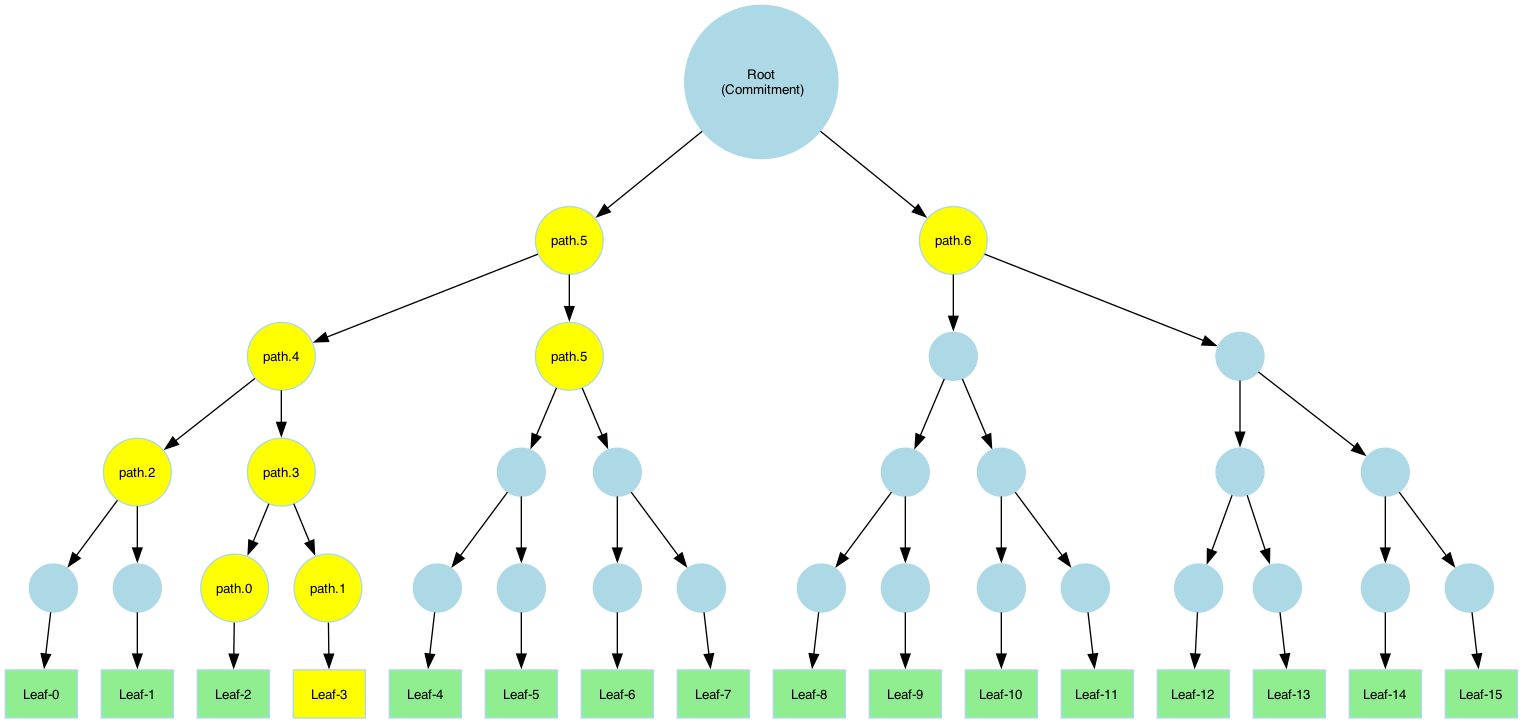
The Graphviz diagram docs/docs/icicle/primitives/merkle_diagrams/diagram1_path_full.png in ingonyama-zk/icicle, before a commit. Its source is kept beside it as docs/docs/icicle/primitives/merkle_diagrams/diagram1_path_full.gv.
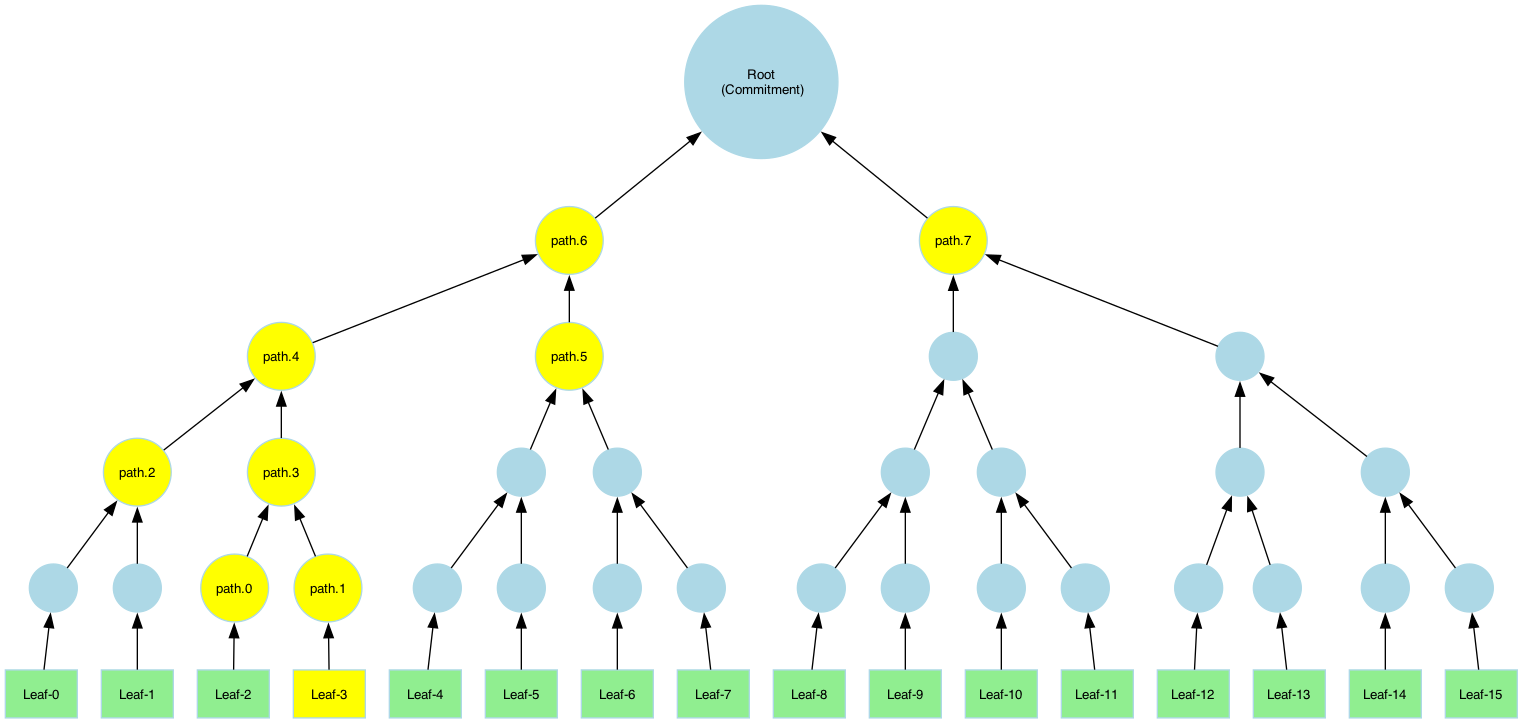
Later version of the same file.

Diff of the diagram source:
```diff
@@ -1,11 +1,11 @@
 digraph MerkleTree {
-    rankdir = TB;
+    rankdir = BT;
     node [shape = circle; style = filled; color = lightblue; fontname = "Helvetica"; fontsize = 10;];
 
     Root [label = "Root\n (Commitment)";];
 
-    L1_0 [label = "path.5";fillcolor = yellow;];
-    L1_1 [label = "path.6";fillcolor = yellow;];
+    L1_0 [label = "path.6";fillcolor = yellow;];
+    L1_1 [label = "path.7";fillcolor = yellow;];
 
     L2_0 [label = "path.4";fillcolor = yellow;];
     L2_1 [label = "path.5";fillcolor = yellow;];
@@ -57,54 +57,54 @@
     Leaf_15 [label = "Leaf-15";];
 
 
-    Root -> L1_0;
-    Root -> L1_1;
+    L4_0 -> L3_0;
+    L4_1 -> L3_0;
+    L4_2 -> L3_1;
+    L4_3 -> L3_1;
+    L4_4 -> L3_2;
+    L4_5 -> L3_2;
+    L4_6 -> L3_3;
+    L4_7 -> L3_3;
+    L4_8 -> L3_4;
+    L4_9 -> L3_4;
+    L4_10 -> L3_5;
+    L4_11 -> L3_5;
+    L4_12 -> L3_6;
+    L4_13 -> L3_6;
+    L4_14 -> L3_7;
+    L4_15 -> L3_7;
 
-    L1_0 -> L2_0;
-    L1_0 -> L2_1;
-    L1_1 -> L2_2;
-    L1_1 -> L2_3;
+    L3_0 -> L2_0;
+    L3_1 -> L2_0;
+    L3_2 -> L2_1;
+    L3_3 -> L2_1;
+    L3_4 -> L2_2;
+    L3_5 -> L2_2;
+    L3_6 -> L2_3;
+    L3_7 -> L2_3;
 
-    L2_0 -> L3_0;
-    L2_0 -> L3_1;
-    L2_1 -> L3_2;
-    L2_1 -> L3_3;
-    L2_2 -> L3_4;
-    L2_2 -> L3_5;
-    L2_3 -> L3_6;
-    L2_3 -> L3_7;
+    L2_0 -> L1_0;
+    L2_1 -> L1_0;
+    L2_2 -> L1_1;
+    L2_3 -> L1_1;
 
-    L3_0 -> L4_0;
-    L3_0 -> L4_1;
-    L3_1 -> L4_2;
-    L3_1 -> L4_3;
-    L3_2 -> L4_4;
-    L3_2 -> L4_5;
-    L3_3 -> L4_6;
-    L3_3 -> L4_7;
-    L3_4 -> L4_8;
-    L3_4 -> L4_9;
-    L3_5 -> L4_10;
-    L3_5 -> L4_11;
-    L3_6 -> L4_12;
-    L3_6 -> L4_13;
-    L3_7 -> L4_14;
-    L3_7 -> L4_15;
+    L1_0 -> Root;
+    L1_1 -> Root;
 
-    L4_0 -> Leaf_0;
-    L4_1 -> Leaf_1;
-    L4_2 -> Leaf_2;
-    L4_3 -> Leaf_3;
-    L4_4 -> Leaf_4;
-    L4_5 -> Leaf_5;
-    L4_6 -> Leaf_6;
-    L4_7 -> Leaf_7;
-    L4_8 -> Leaf_8;
-    L4_9 -> Leaf_9;
-    L4_10 -> Leaf_10;
-    L4_11 -> Leaf_11;
-    L4_12 -> Leaf_12;
-    L4_13 -> Leaf_13;
-    L4_14 -> Leaf_14;
-    L4_15 -> Leaf_15;
+    Leaf_0 -> L4_0;
+    Leaf_1 -> L4_1;
+    Leaf_2 -> L4_2;
+    Leaf_3 -> L4_3;
+    Leaf_4 -> L4_4;
+    Leaf_5 -> L4_5;
+    Leaf_6 -> L4_6;
+    Leaf_7 -> L4_7;
+    Leaf_8 -> L4_8;
+    Leaf_9 -> L4_9;
+    Leaf_10 -> L4_10;
+    Leaf_11 -> L4_11;
+    Leaf_12 -> L4_12;
+    Leaf_13 -> L4_13;
+    Leaf_14 -> L4_14;
+    Leaf_15 -> L4_15;
 }
```
